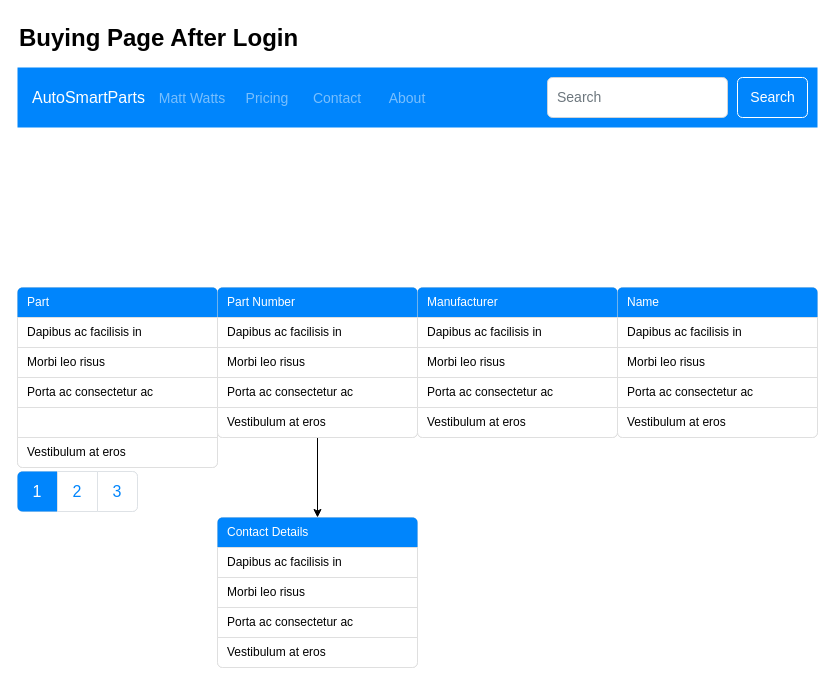
Before: page "Buying Page After Login" (3 of 8) of AutoSmartParts.drawio in mattwatts36/drawings, a draw.io diagram. Source tidied: cells renumbered, new cells numbered last; positions are measured from the earlier drawing's top-left corner, leaving out a move shared by most shapes. Both pictures are drawn from the tidied source at 100%, with x=0, y=0 at pixel (17, 17).
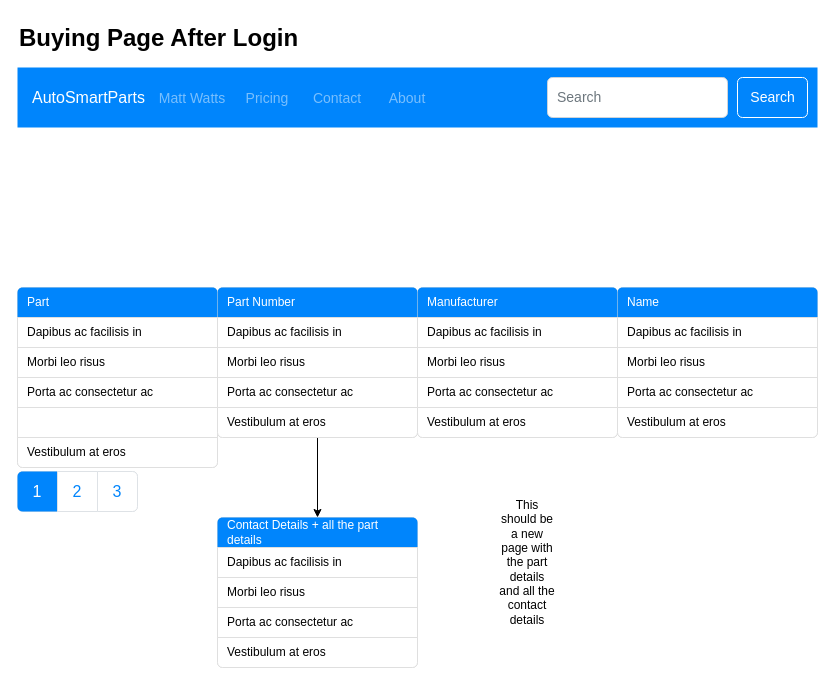
The same diagram, later.

Unchanged cells that the change refers to:
```xml
<mxCell id="39" style="html=1;shadow=0;dashed=0;shape=mxgraph.bootstrap.rrect;rSize=5;strokeColor=#DFDFDF;html=1;whiteSpace=wrap;fillColor=#FFFFFF;fontColor=#000000;" parent="1" vertex="1">
  <mxGeometry x="200" y="500" width="200" height="150" as="geometry" />
</mxCell>
```

Diff of the diagram source:
```diff
@@
-    <mxCell id="40" value="Contact Details&amp;nbsp;" style="html=1;shadow=0;dashed=0;shape=mxgraph.bootstrap.topButton;rSize=5;strokeColor=none;fillColor=#0085FC;fontColor=#ffffff;perimeter=none;whiteSpace=wrap;align=left;spacing=10;" parent="39" vertex="1">
+    <mxCell id="40" value="Contact Details + all the part details&amp;nbsp;" style="html=1;shadow=0;dashed=0;shape=mxgraph.bootstrap.topButton;rSize=5;strokeColor=none;fillColor=#0085FC;fontColor=#ffffff;perimeter=none;whiteSpace=wrap;align=left;spacing=10;" parent="39" vertex="1">
       <mxGeometry width="200" height="30" relative="1" as="geometry" />
     </mxCell>
@@
+    <mxCell id="45" value="This should be a new page with the part details and all the contact details" style="text;html=1;align=center;verticalAlign=middle;whiteSpace=wrap;rounded=0;" parent="1" vertex="1">
+      <mxGeometry x="480" y="530" width="60" height="30" as="geometry" />
+    </mxCell>
```
